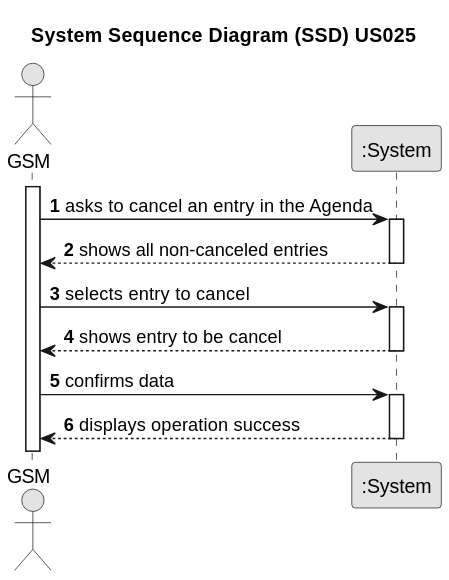
Before: docs/sprintC/US025/01.requirements-engineering/svg/us025-system-sequence-diagram.svg, a diagram exported from PlantUML (LopemigueISEP/lei-24-s2-1nb-g312). Source of this version:
```plantuml
@startuml
skinparam monochrome true
skinparam packageStyle rectangle
skinparam shadowing false

title System Sequence Diagram (SSD) US025

autonumber

actor "GSM" as Employee
participant ":System" as System

activate Employee

    Employee -> System : asks to cancel an entry in the Agenda
    activate System

        System --> Employee : shows all non-canceled entries
    deactivate System

    Employee -> System : selects entry to cancel
    activate System

        System --> Employee : shows entry to be cancel
    deactivate System

    Employee -> System : confirms data
    activate System

        System --> Employee : displays operation success
    deactivate System
@enduml
```
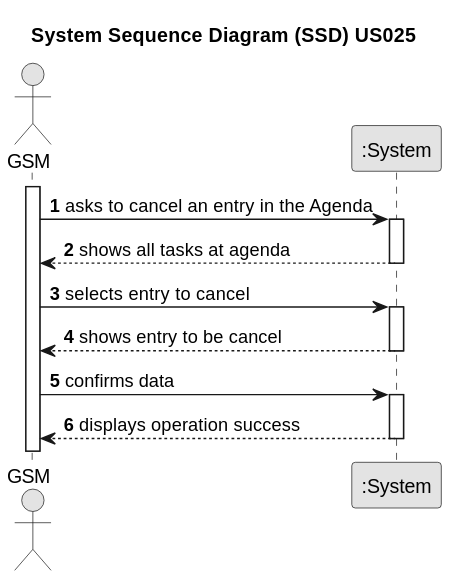
Above is the later version.

Diff of the diagram source:
```diff
@@ -15,7 +15,7 @@
     Employee -> System : asks to cancel an entry in the Agenda
     activate System
 
-        System --> Employee : shows all non-canceled entries
+        System --> Employee : shows all tasks at agenda
     deactivate System
 
     Employee -> System : selects entry to cancel
```
